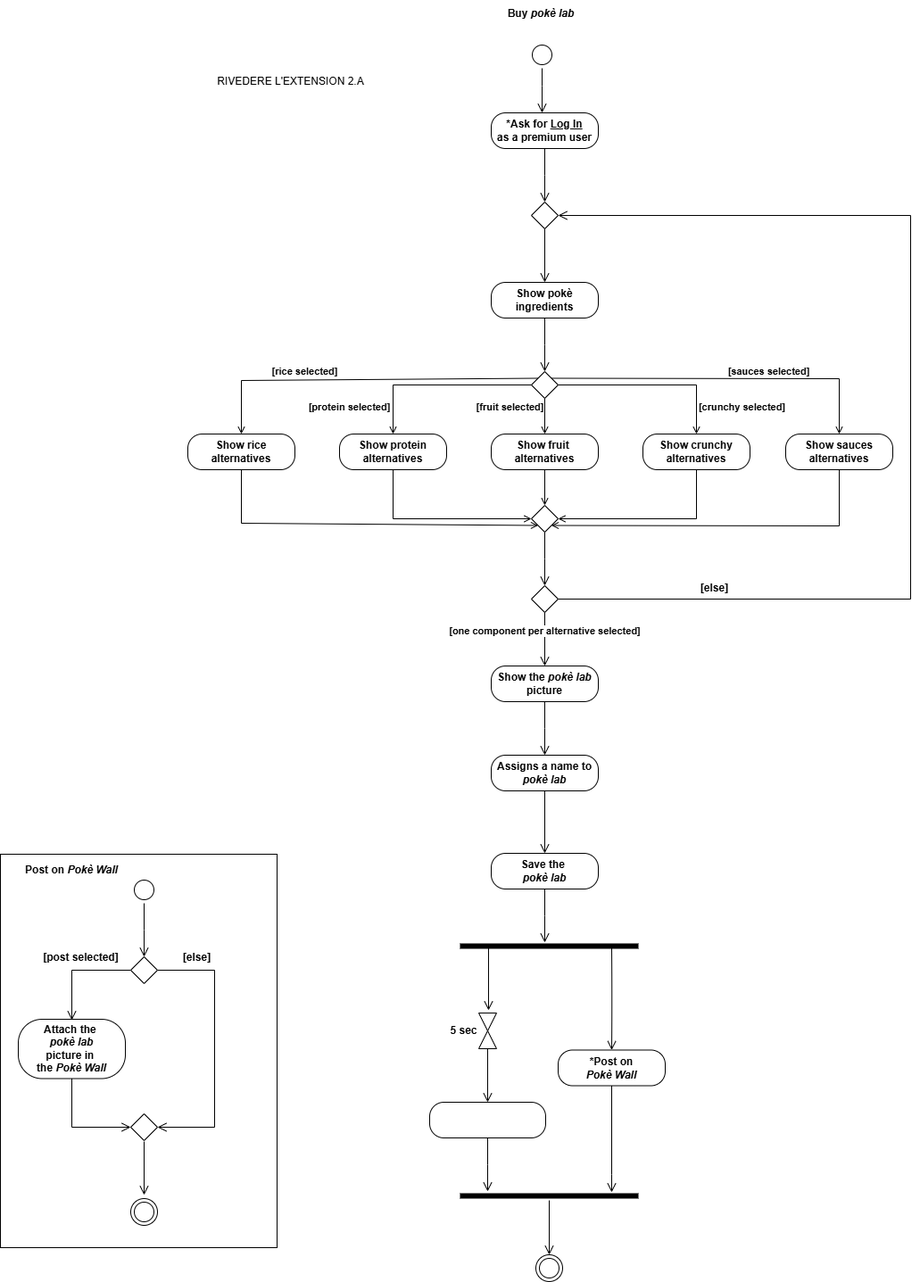
Earlier version of the draw.io export diagrams/ActivityDiagram.drawio.png (matteopinfildi/ISPW-Project). Source tidied: cells renumbered, new cells last; positions are measured from the earlier drawing's top-left corner, leaving out a move shared by most shapes.
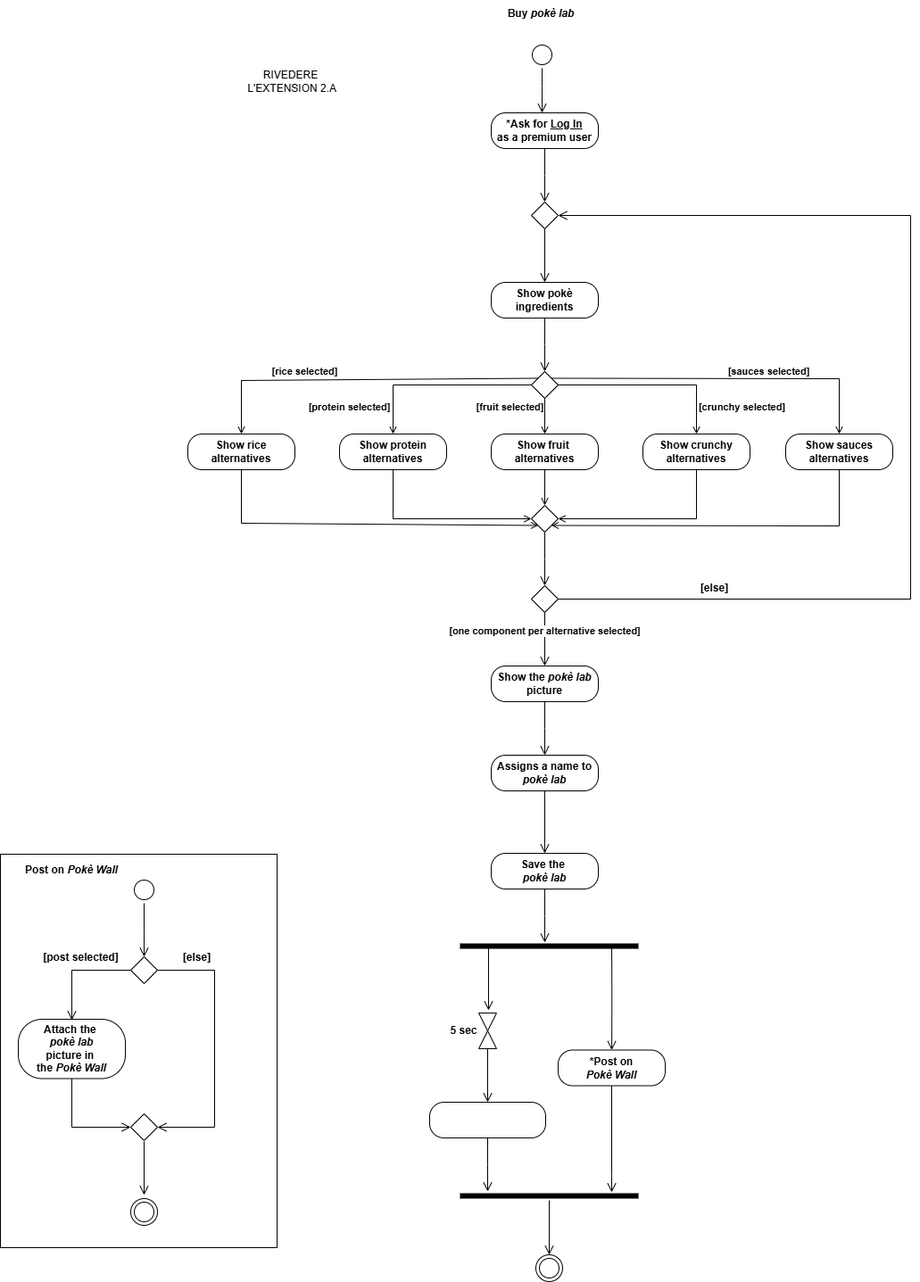
The same file after the commit.

What changed in the source:
```diff
@@ -308,8 +308,8 @@
     <mxCell id="67" value="&lt;span style=&quot;font-size: 12px;&quot;&gt;&lt;b&gt;Post on &lt;i&gt;Pokè Wall&lt;/i&gt;&lt;/b&gt;&lt;/span&gt;" style="text;strokeColor=none;fillColor=none;html=1;align=center;verticalAlign=middle;whiteSpace=wrap;rounded=0;fontSize=16;labelBackgroundColor=none;" parent="1" vertex="1">
       <mxGeometry x="5" y="957.5" width="150" height="30" as="geometry" />
     </mxCell>
-    <mxCell id="68" value="RIVEDERE L'EXTENSION 2.A" style="text;html=1;align=center;verticalAlign=middle;strokeColor=none;fillColor=none;" parent="1" vertex="1">
-      <mxGeometry x="230" y="76" width="190" height="30" as="geometry" />
+    <mxCell id="68" value="RIVEDERE&lt;div&gt;&amp;nbsp;L'EXTENSION 2.A&lt;/div&gt;" style="text;html=1;align=center;verticalAlign=middle;strokeColor=none;fillColor=none;" parent="1" vertex="1">
+      <mxGeometry x="260" y="71" width="130" height="40" as="geometry" />
     </mxCell>
   </root>
 </mxGraphModel>
```
